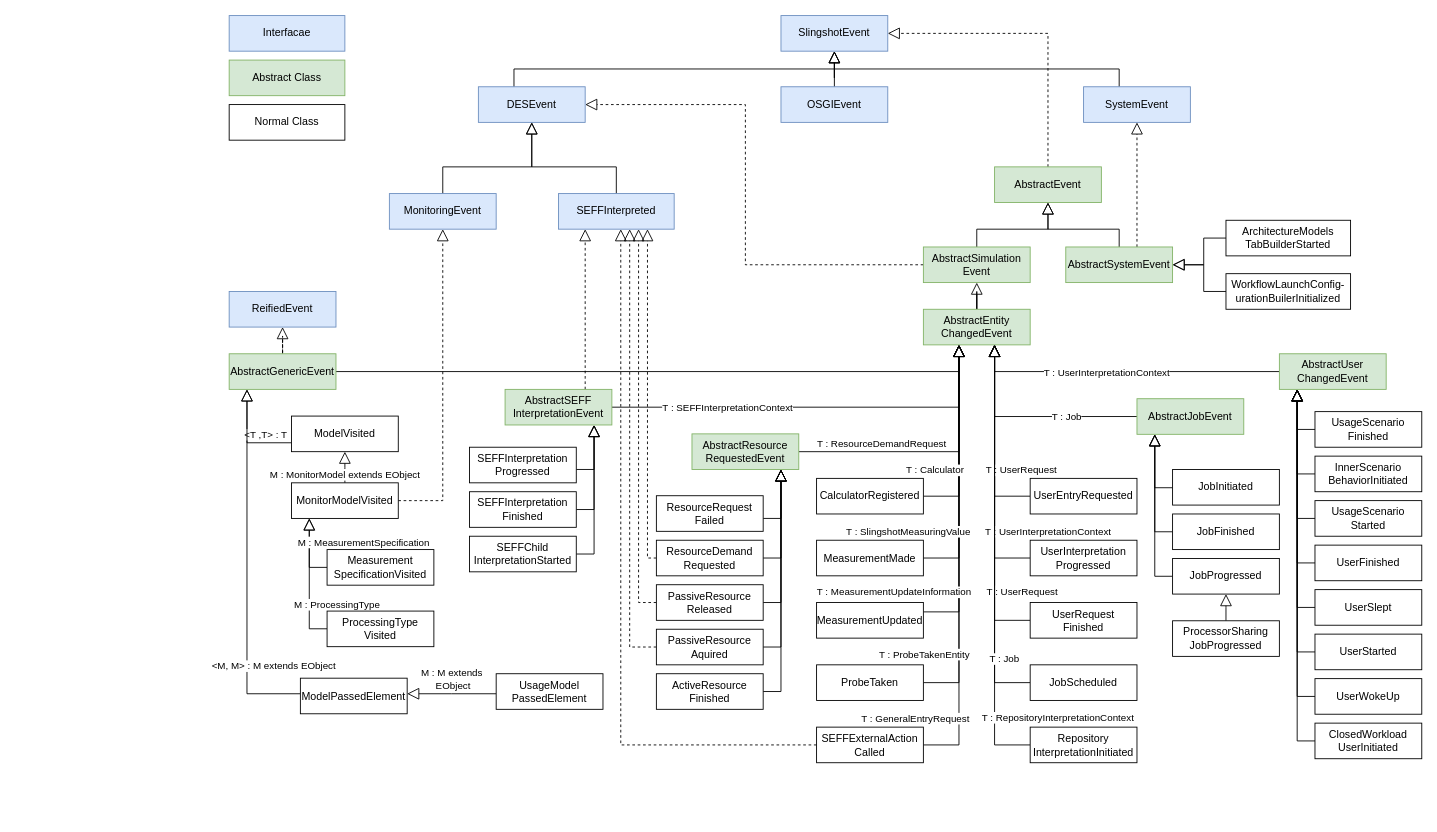
Earlier version of the draw.io diagram images/sources/eventHierarchy.drawio (PalladioSimulator/Palladio-Documentation-Slingshot). Source tidied: cells renumbered, new cells numbered last; positions are measured from the earlier drawing's top-left corner, leaving out a move shared by most shapes. Both pictures are drawn from the tidied source at 89%, with x=0, y=0 at pixel (229, 15).
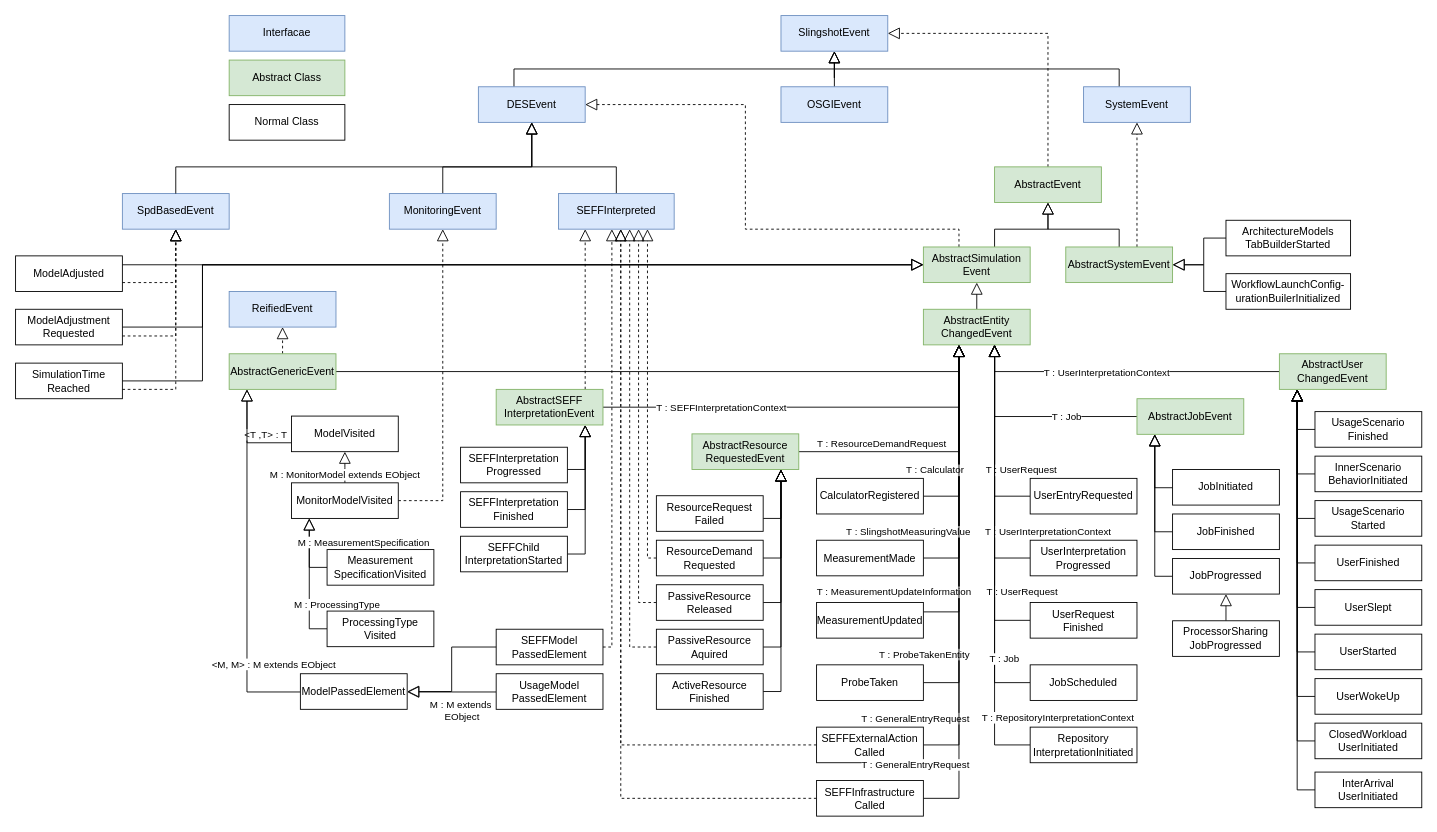
The same diagram, later.

The change refers to these unchanged cells:
```xml
<mxCell id="4" value="DESEvent" style="rounded=0;whiteSpace=wrap;html=1;fillColor=#dae8fc;strokeColor=#6c8ebf;" parent="1" vertex="1">
  <mxGeometry x="280" y="80" width="120" height="40" as="geometry" />
</mxCell>
<mxCell id="12" value="SEFFInterpreted" style="rounded=0;whiteSpace=wrap;html=1;fillColor=#dae8fc;strokeColor=#6c8ebf;" parent="1" vertex="1">
  <mxGeometry x="370" y="200" width="130" height="40" as="geometry" />
</mxCell>
<mxCell id="15" value="AbstractEvent" style="rounded=0;whiteSpace=wrap;html=1;fillColor=#d5e8d4;strokeColor=#82b366;" parent="1" vertex="1">
  <mxGeometry x="860" y="170" width="120" height="40" as="geometry" />
</mxCell>
<mxCell id="18" value="AbstractSimulation&lt;br&gt;Event" style="rounded=0;whiteSpace=wrap;html=1;fillColor=#d5e8d4;strokeColor=#82b366;" parent="1" vertex="1">
  <mxGeometry x="780" y="260" width="120" height="40" as="geometry" />
</mxCell>
<mxCell id="23" value="AbstractEntity&lt;br&gt;ChangedEvent" style="rounded=0;whiteSpace=wrap;html=1;fillColor=#d5e8d4;strokeColor=#82b366;" parent="1" vertex="1">
  <mxGeometry x="780" y="330" width="120" height="40" as="geometry" />
</mxCell>
<mxCell id="26" value="AbstractGenericEvent" style="rounded=0;whiteSpace=wrap;html=1;fillColor=#d5e8d4;strokeColor=#82b366;" parent="1" vertex="1">
  <mxGeometry y="380" width="120" height="40" as="geometry" />
</mxCell>
<mxCell id="40" value="ReifiedEvent" style="rounded=0;whiteSpace=wrap;html=1;fillColor=#dae8fc;strokeColor=#6c8ebf;" parent="1" vertex="1">
  <mxGeometry y="310" width="120" height="40" as="geometry" />
</mxCell>
<mxCell id="125" style="edgeStyle=elbowEdgeStyle;rounded=0;jettySize=auto;elbow=vertical;html=1;endArrow=block;endFill=0;endSize=11;" parent="1" edge="1" source="127" target="124">
  <mxGeometry relative="1" as="geometry" />
</mxCell>
```

Diff of the diagram source:
```diff
@@
     <mxCell id="16" style="edgeStyle=orthogonalEdgeStyle;rounded=0;jettySize=auto;html=1;dashed=1;endArrow=block;endFill=0;endSize=11;" parent="1" edge="1" source="18" target="4">
       <mxGeometry relative="1" as="geometry">
         <Array as="points">
-          <mxPoint x="580" y="280" />
+          <mxPoint x="820" y="240" />
+          <mxPoint x="580" y="240" />
           <mxPoint x="580" y="100" />
         </Array>
       </mxGeometry>
     </mxCell>
     <mxCell id="17" style="edgeStyle=orthogonalEdgeStyle;rounded=0;jettySize=auto;html=1;endArrow=block;endFill=0;endSize=11;" parent="1" edge="1" source="18" target="15">
-      <mxGeometry relative="1" as="geometry" />
+      <mxGeometry relative="1" as="geometry">
+        <Array as="points">
+          <mxPoint x="860" y="240" />
+          <mxPoint x="920" y="240" />
+        </Array>
+      </mxGeometry>
     </mxCell>
@@
-    <mxCell id="22" style="edgeStyle=orthogonalEdgeStyle;rounded=0;jettySize=auto;html=1;endArrow=block;endFill=0;endSize=11;" parent="1" edge="1" source="23" target="18">
+    <mxCell id="22" style="rounded=0;jettySize=auto;html=1;endArrow=block;endFill=0;endSize=11;" parent="1" edge="1" source="23" target="18">
       <mxGeometry relative="1" as="geometry" />
     </mxCell>
@@
-    <mxCell id="25" style="edgeStyle=orthogonalEdgeStyle;rounded=0;jettySize=auto;html=1;endArrow=block;endFill=0;endSize=11;dashed=1;" parent="1" edge="1" source="26" target="40">
+    <mxCell id="25" style="rounded=0;jettySize=auto;html=1;endArrow=block;endFill=0;endSize=11;dashed=1;" parent="1" edge="1" source="26" target="40">
       <mxGeometry relative="1" as="geometry" />
     </mxCell>
@@
     <mxCell id="36" value="AbstractSEFF&lt;br&gt;InterpretationEvent" style="rounded=0;whiteSpace=wrap;html=1;fillColor=#d5e8d4;strokeColor=#82b366;" parent="1" vertex="1">
-      <mxGeometry x="310" y="420" width="120" height="40" as="geometry" />
+      <mxGeometry x="300" y="420" width="120" height="40" as="geometry" />
     </mxCell>
@@
     <mxCell id="92" style="edgeStyle=elbowEdgeStyle;rounded=0;jettySize=auto;html=1;endArrow=block;endFill=0;endSize=11;" parent="1" edge="1" source="93" target="36">
       <mxGeometry relative="1" as="geometry">
         <Array as="points">
-          <mxPoint x="410" y="510" />
+          <mxPoint x="400" y="510" />
         </Array>
       </mxGeometry>
     </mxCell>
     <mxCell id="93" value="SEFFInterpretation&lt;br&gt;Progressed" style="rounded=0;whiteSpace=wrap;html=1;" parent="1" vertex="1">
-      <mxGeometry x="270" y="485" width="120" height="40" as="geometry" />
+      <mxGeometry x="260" y="485" width="120" height="40" as="geometry" />
     </mxCell>
     <mxCell id="94" style="edgeStyle=elbowEdgeStyle;rounded=0;jettySize=auto;html=1;endArrow=block;endFill=0;endSize=11;" parent="1" edge="1" source="95" target="36">
       <mxGeometry relative="1" as="geometry">
         <Array as="points">
-          <mxPoint x="410" y="520" />
+          <mxPoint x="400" y="520" />
         </Array>
       </mxGeometry>
     </mxCell>
     <mxCell id="95" value="SEFFInterpretation&lt;br&gt;Finished" style="rounded=0;whiteSpace=wrap;html=1;" parent="1" vertex="1">
-      <mxGeometry x="270" y="535" width="120" height="40" as="geometry" />
+      <mxGeometry x="260" y="535" width="120" height="40" as="geometry" />
     </mxCell>
     <mxCell id="96" style="edgeStyle=elbowEdgeStyle;rounded=0;jettySize=auto;html=1;endArrow=block;endFill=0;endSize=11;" parent="1" edge="1" source="97" target="36">
       <mxGeometry relative="1" as="geometry">
         <Array as="points">
-          <mxPoint x="410" y="540" />
+          <mxPoint x="400" y="540" />
         </Array>
       </mxGeometry>
     </mxCell>
     <mxCell id="97" value="SEFFChild&lt;br&gt;InterpretationStarted" style="rounded=0;whiteSpace=wrap;html=1;" parent="1" vertex="1">
-      <mxGeometry x="270" y="585" width="120" height="40" as="geometry" />
+      <mxGeometry x="260" y="585" width="120" height="40" as="geometry" />
     </mxCell>
@@
     <mxCell id="122" style="edgeStyle=elbowEdgeStyle;rounded=0;jettySize=auto;html=1;endArrow=block;endFill=0;endSize=11;elbow=vertical;" parent="1" edge="1" source="124" target="26">
       <mxGeometry relative="1" as="geometry">
         <Array as="points">
-          <mxPoint x="20" y="762" />
+          <mxPoint x="20" y="760" />
         </Array>
       </mxGeometry>
     </mxCell>
@@
     <mxCell id="124" value="ModelPassedElement" style="rounded=0;whiteSpace=wrap;html=1;" parent="1" vertex="1">
-      <mxGeometry x="80" y="744.5" width="120" height="40" as="geometry" />
+      <mxGeometry x="80" y="739.5" width="120" height="40" as="geometry" />
     </mxCell>
@@
     <mxCell id="126" value="M : M extends&lt;br&gt;&amp;nbsp;EObject" style="edgeLabel;html=1;align=center;verticalAlign=middle;" parent="125" vertex="1">
       <mxGeometry x="-0.27" y="-2" relative="1" as="geometry">
-        <mxPoint x="-14" y="-15" as="offset" />
+        <mxPoint x="-4" y="22" as="offset" />
       </mxGeometry>
     </mxCell>
@@
+    <mxCell id="140" value="SEFFModel&lt;br&gt;PassedElement" style="rounded=0;whiteSpace=wrap;html=1;" parent="1" vertex="1">
+      <mxGeometry x="300" y="689.5" width="120" height="40" as="geometry" />
+    </mxCell>
+    <mxCell id="141" style="edgeStyle=elbowEdgeStyle;rounded=0;jettySize=auto;html=1;endArrow=block;endFill=0;endSize=11;" parent="1" edge="1" source="140" target="124">
+      <mxGeometry relative="1" as="geometry" />
+    </mxCell>
+    <mxCell id="142" style="edgeStyle=elbowEdgeStyle;rounded=0;jettySize=auto;html=1;endArrow=block;endFill=0;endSize=11;dashed=1;" parent="1" edge="1" source="140" target="12">
+      <mxGeometry relative="1" as="geometry">
+        <Array as="points">
+          <mxPoint x="430" y="470" />
+        </Array>
+      </mxGeometry>
+    </mxCell>
+    <mxCell id="143" value="InterArrival&lt;br&gt;UserInitiated" style="rounded=0;whiteSpace=wrap;html=1;" parent="1" vertex="1">
+      <mxGeometry x="1220" y="850" width="120" height="40" as="geometry" />
+    </mxCell>
+    <mxCell id="144" style="edgeStyle=elbowEdgeStyle;rounded=0;jettySize=auto;html=1;endArrow=block;endFill=0;endSize=11;" parent="1" edge="1" source="143">
+      <mxGeometry relative="1" as="geometry">
+        <mxPoint x="1200" y="420" as="targetPoint" />
+        <Array as="points">
+          <mxPoint x="1200" y="450" />
+          <mxPoint x="1240" y="640" />
+        </Array>
+      </mxGeometry>
+    </mxCell>
+    <mxCell id="145" style="edgeStyle=orthogonalEdgeStyle;rounded=0;jettySize=auto;html=1;endArrow=block;endFill=0;endSize=11;" parent="1" edge="1" source="148" target="23">
+      <mxGeometry relative="1" as="geometry">
+        <Array as="points">
+          <mxPoint x="820" y="879" />
+        </Array>
+      </mxGeometry>
+    </mxCell>
+    <mxCell id="146" value="T : GeneralEntryRequest" style="edgeLabel;html=1;align=center;verticalAlign=middle;" parent="145" vertex="1">
+      <mxGeometry x="-0.75" y="1" relative="1" as="geometry">
+        <mxPoint x="-49" y="-9" as="offset" />
+      </mxGeometry>
+    </mxCell>
+    <mxCell id="147" style="edgeStyle=orthogonalEdgeStyle;rounded=0;jettySize=auto;html=1;endArrow=block;endFill=0;endSize=11;dashed=1;" parent="1" edge="1" source="148" target="12">
+      <mxGeometry relative="1" as="geometry">
+        <Array as="points">
+          <mxPoint x="440" y="879" />
+        </Array>
+      </mxGeometry>
+    </mxCell>
+    <mxCell id="148" value="SEFFInfrastructure&lt;br&gt;Called" style="rounded=0;whiteSpace=wrap;html=1;" parent="1" vertex="1">
+      <mxGeometry x="660" y="859.5" width="120" height="40" as="geometry" />
+    </mxCell>
+    <mxCell id="149" value="SpdBasedEvent" style="rounded=0;whiteSpace=wrap;html=1;fillColor=#dae8fc;strokeColor=#6c8ebf;" parent="1" vertex="1">
+      <mxGeometry x="-120" y="200" width="120" height="40" as="geometry" />
+    </mxCell>
+    <mxCell id="150" style="edgeStyle=orthogonalEdgeStyle;rounded=0;jettySize=auto;html=1;endArrow=block;endFill=0;endSize=11;" parent="1" edge="1" source="149" target="4">
+      <mxGeometry relative="1" as="geometry">
+        <Array as="points">
+          <mxPoint x="-60" y="170" />
+          <mxPoint x="340" y="170" />
+        </Array>
+      </mxGeometry>
+    </mxCell>
+    <mxCell id="151" value="ModelAdjusted" style="rounded=0;whiteSpace=wrap;html=1;" parent="1" vertex="1">
+      <mxGeometry x="-240" y="270" width="120" height="40" as="geometry" />
+    </mxCell>
+    <mxCell id="152" value="ModelAdjustment&lt;br&gt;Requested" style="rounded=0;whiteSpace=wrap;html=1;" parent="1" vertex="1">
+      <mxGeometry x="-240" y="330" width="120" height="40" as="geometry" />
+    </mxCell>
+    <mxCell id="153" value="SimulationTime&lt;br&gt;Reached" style="rounded=0;whiteSpace=wrap;html=1;" parent="1" vertex="1">
+      <mxGeometry x="-240" y="390.5" width="120" height="40" as="geometry" />
+    </mxCell>
+    <mxCell id="154" style="edgeStyle=elbowEdgeStyle;rounded=0;jettySize=auto;html=1;endArrow=block;endFill=0;endSize=11;dashed=1;elbow=vertical;" parent="1" edge="1" source="151" target="149">
+      <mxGeometry relative="1" as="geometry">
+        <Array as="points">
+          <mxPoint x="-60" y="300" />
+        </Array>
+      </mxGeometry>
+    </mxCell>
+    <mxCell id="155" style="edgeStyle=elbowEdgeStyle;rounded=0;jettySize=auto;html=1;endArrow=block;endFill=0;endSize=11;dashed=1;elbow=vertical;" parent="1" edge="1" source="152" target="149">
+      <mxGeometry relative="1" as="geometry">
+        <Array as="points">
+          <mxPoint x="-60" y="360" />
+        </Array>
+      </mxGeometry>
+    </mxCell>
+    <mxCell id="156" style="edgeStyle=elbowEdgeStyle;rounded=0;jettySize=auto;html=1;endArrow=block;endFill=0;endSize=11;dashed=1;elbow=vertical;" parent="1" edge="1" source="153" target="149">
+      <mxGeometry relative="1" as="geometry">
+        <Array as="points">
+          <mxPoint x="-60" y="420" />
+        </Array>
+      </mxGeometry>
+    </mxCell>
+    <mxCell id="157" style="edgeStyle=orthogonalEdgeStyle;rounded=0;jettySize=auto;html=1;endArrow=block;endFill=0;endSize=11;" parent="1" edge="1" source="151" target="18">
+      <mxGeometry relative="1" as="geometry">
+        <Array as="points">
+          <mxPoint x="320" y="280" />
+          <mxPoint x="320" y="280" />
+        </Array>
+      </mxGeometry>
+    </mxCell>
+    <mxCell id="158" style="edgeStyle=orthogonalEdgeStyle;rounded=0;jettySize=auto;html=1;endArrow=block;endFill=0;endSize=11;" parent="1" edge="1" source="152" target="18">
+      <mxGeometry relative="1" as="geometry">
+        <Array as="points">
+          <mxPoint x="-30" y="350" />
+          <mxPoint x="-30" y="280" />
+        </Array>
+      </mxGeometry>
+    </mxCell>
+    <mxCell id="159" style="edgeStyle=orthogonalEdgeStyle;rounded=0;jettySize=auto;html=1;endArrow=block;endFill=0;endSize=11;" parent="1" edge="1" source="153" target="18">
+      <mxGeometry relative="1" as="geometry">
+        <Array as="points">
+          <mxPoint x="-30" y="411" />
+          <mxPoint x="-30" y="280" />
+        </Array>
+      </mxGeometry>
+    </mxCell>
```
